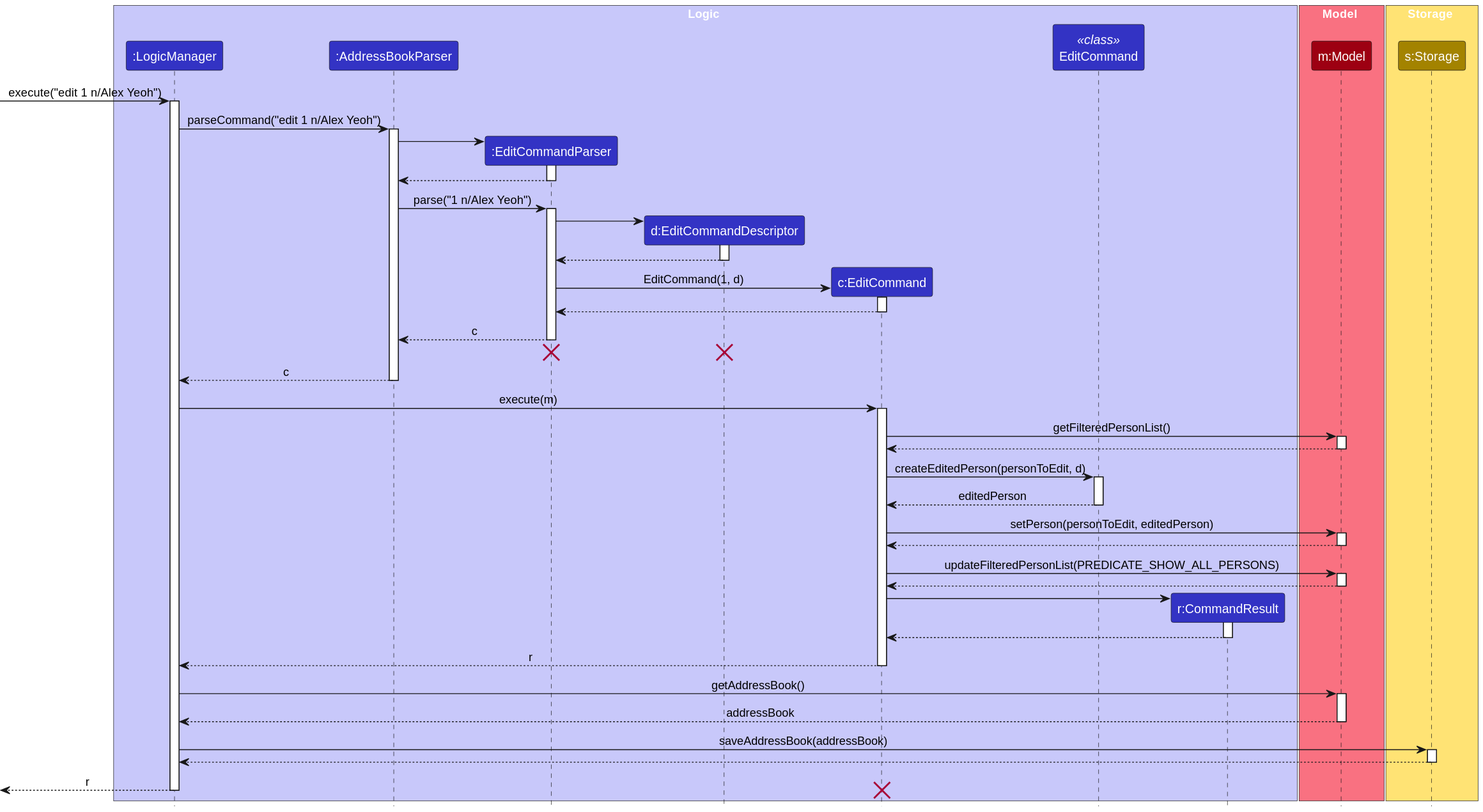
This is docs/images/EditSequenceDiagram-Logic.svg from AY2324S2-CS2103-F15-1/tp, a PlantUML export, as it was before one commit.
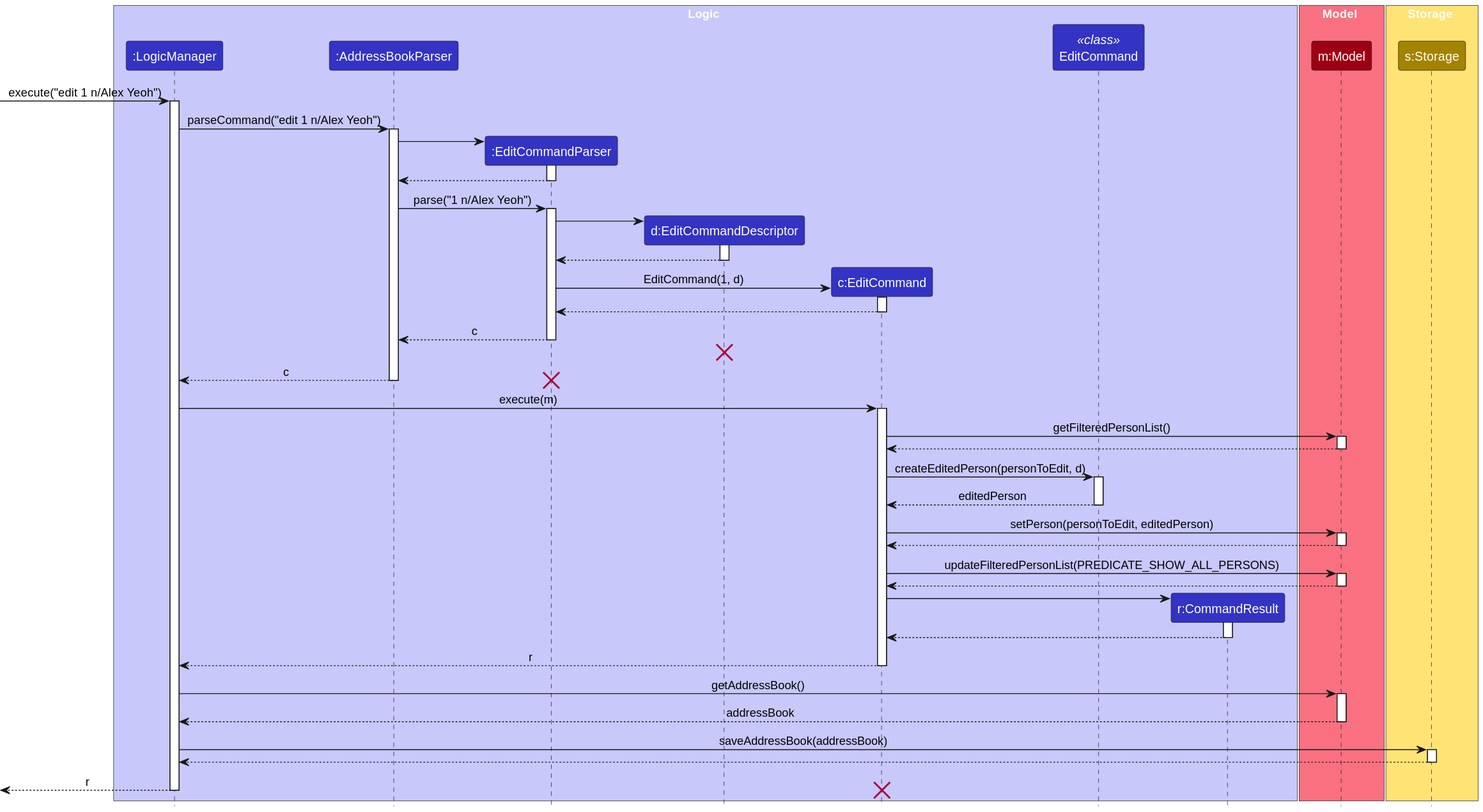
After the commit.

Diff of the diagram source:
```diff
@@ -55,11 +55,11 @@
 deactivate EditCommandParser
 
 EditCommandParser -[hidden]-> AddressBookParser
-destroy EditCommandParser
 destroy EditCommandDescriptor
 
 AddressBookParser --> LogicManager : c
 deactivate AddressBookParser
+destroy EditCommandParser
 
 LogicManager -> EditCommand : execute(m)
 activate EditCommand
```
